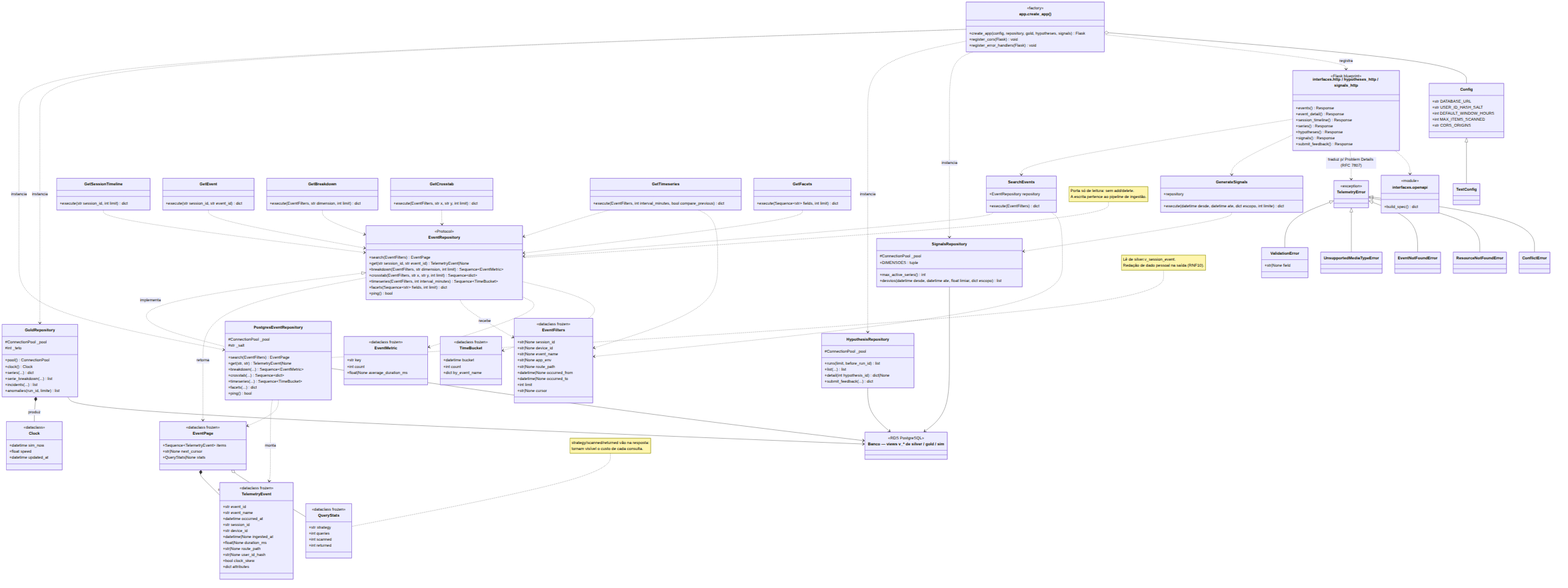
Above: artefatos/assets/diagrama-classes-leitura.png in diegofsiilva/globo (Mermaid), before the change. Its source is kept beside it as artefatos/assets/diagrama-classes-leitura.mmd.
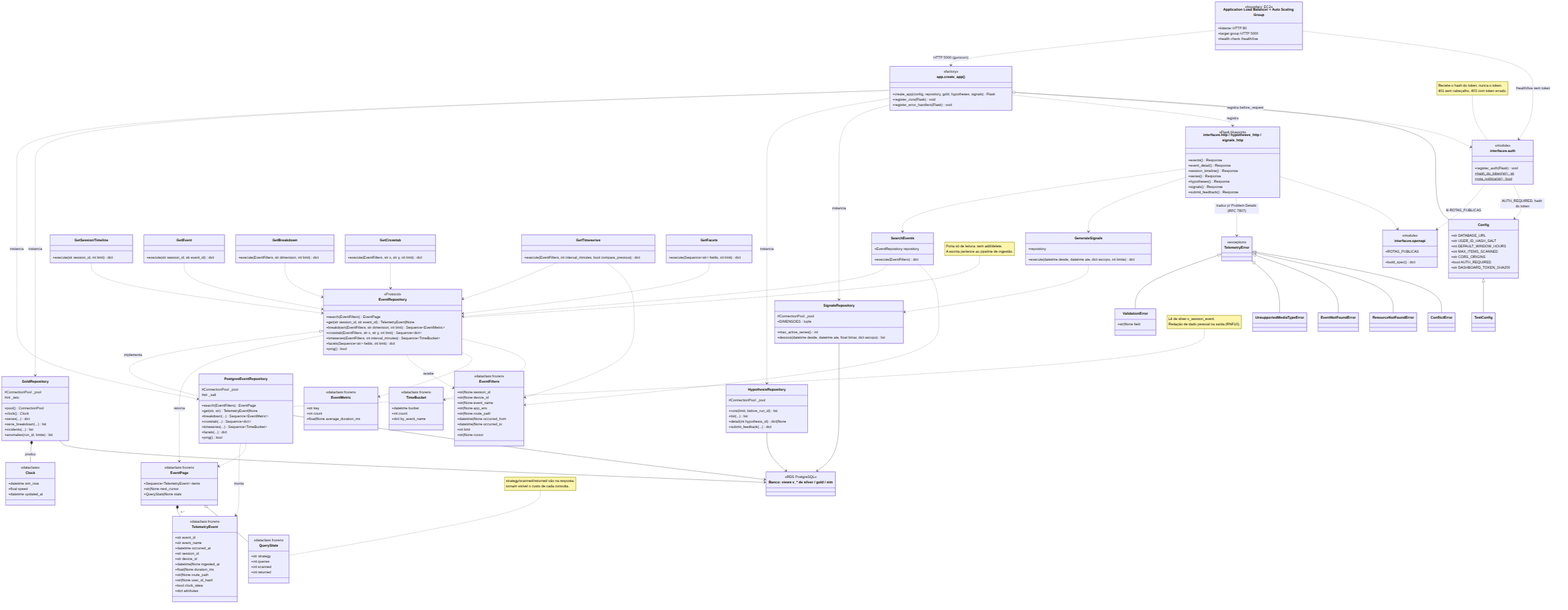
The same diagram one commit later.

Diff of the diagram source:
```diff
@@ -161,6 +161,19 @@
     class OpenApiSpec["interfaces.openapi"] {
         <<module>>
         +build_spec() dict
+        +ROTAS_PUBLICAS
+    }
+    class AuthGuard["interfaces.auth"] {
+        <<module>>
+        +register_auth(Flask) void
+        +hash_do_token(str) str$
+        +rota_publica(str) bool$
+    }
+    class ALB["Application Load Balancer + Auto Scaling Group"] {
+        <<boundary: EC2>>
+        +listener HTTP 80
+        +target group HTTP 5000
+        +health check /health/live
     }
 
     class Config {
@@ -169,10 +182,12 @@
         +int DEFAULT_WINDOW_HOURS
         +int MAX_ITEMS_SCANNED
         +str CORS_ORIGINS
+        +bool AUTH_REQUIRED
+        +str DASHBOARD_TOKEN_SHA256
     }
     class TestConfig
 
-    class BancoPostgres["Banco — views v_* de silver / gold / sim"] {
+    class BancoPostgres["Banco: views v_* de silver / gold / sim"] {
         <<RDS PostgreSQL>>
     }
 
@@ -216,7 +231,12 @@
     AppFactory ..> HypothesisRepository : instancia
     AppFactory ..> SignalsRepository : instancia
     AppFactory ..> HttpBlueprints : registra
+    AppFactory ..> AuthGuard : registra before_request
     AppFactory o-- Config
+    AuthGuard ..> OpenApiSpec : lê ROTAS_PUBLICAS
+    AuthGuard ..> Config : AUTH_REQUIRED, hash do token
+    ALB ..> AppFactory : HTTP 5000 (gunicorn)
+    ALB ..> AuthGuard : /health/live sem token
     HttpBlueprints ..> SearchEvents
     HttpBlueprints ..> GenerateSignals
     HttpBlueprints ..> TelemetryError : traduz p/ Problem Details (RFC 7807)
@@ -224,4 +244,5 @@
 
     note for EventRepositoryPort "Porta só de leitura: sem add/delete.<br/>A escrita pertence ao pipeline de ingestão."
     note for PostgresEventRepository "Lê de silver.v_session_event.<br/>Redação de dado pessoal na saída (RNF10)."
+    note for AuthGuard "Recebe o hash do token, nunca o token.<br/>401 sem cabeçalho, 403 com token errado."
     note for QueryStats "strategy/scanned/returned vão na resposta:<br/>tornam visível o custo de cada consulta."
```
